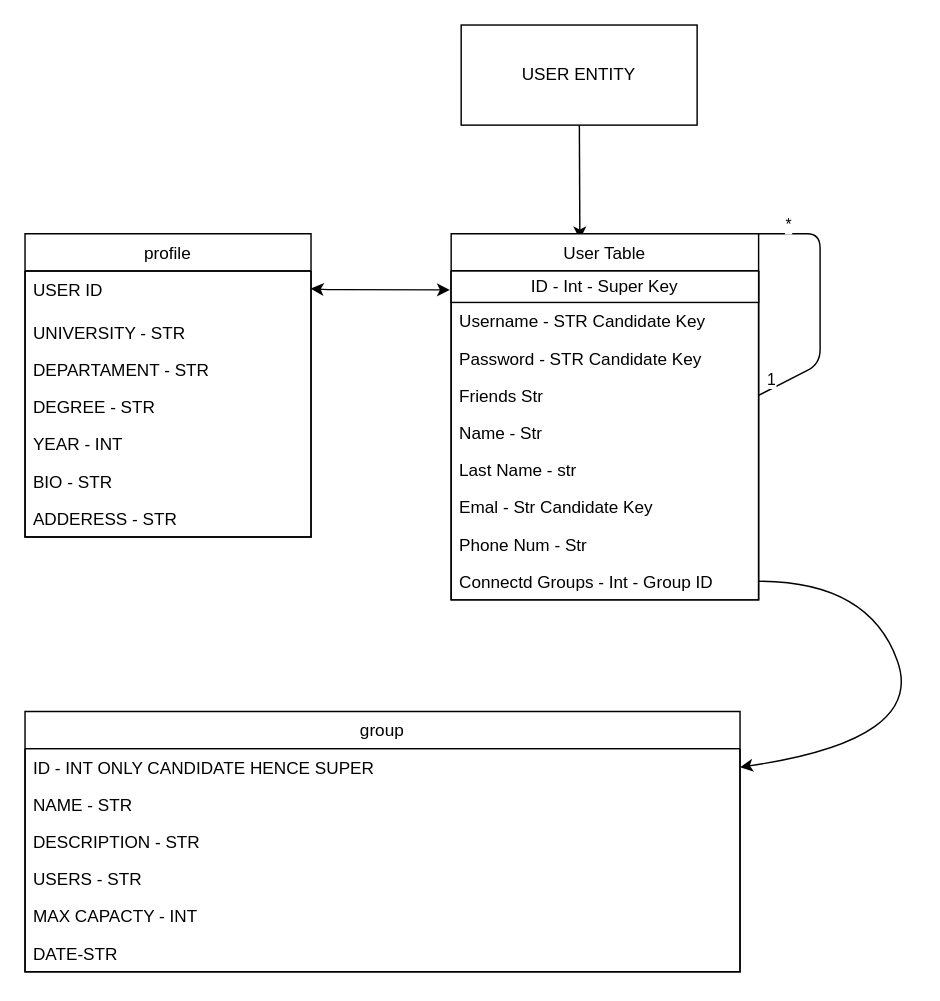
Above: documents/ERD.drawio in nadavsuissa/WeStudent (draw.io), before the change. Source tidied: cells renumbered, new cells numbered last; positions are measured from the earlier drawing's top-left corner, leaving out a move shared by most shapes. Both pictures are drawn from the tidied source at 143%, with x=0, y=0 at pixel (24, 24).
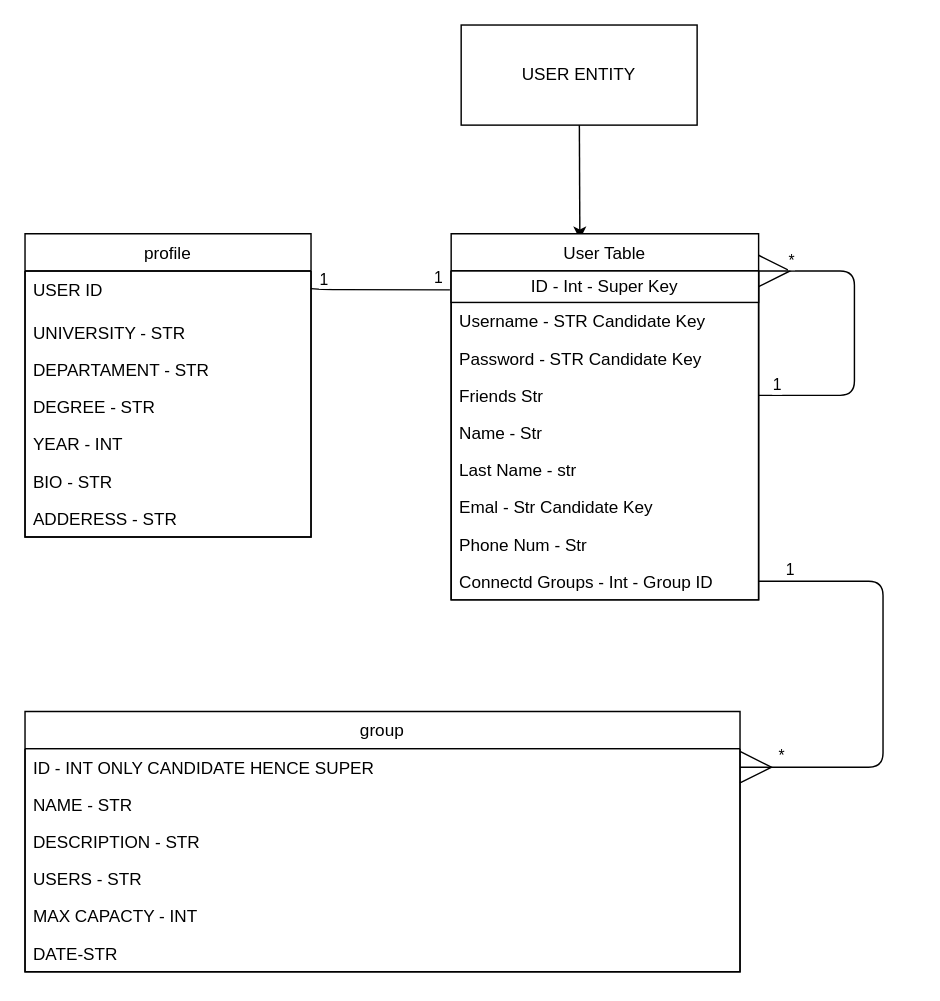
After the change.

Unchanged cells that the change refers to:
```xml
<mxCell id="4" value="ID - INT ONLY CANDIDATE HENCE SUPER" style="text;strokeColor=none;fillColor=none;align=left;verticalAlign=top;spacingLeft=4;spacingRight=4;overflow=hidden;points=[[0,0.5],[1,0.5]];portConstraint=eastwest;" parent="3" vertex="1">
  <mxGeometry width="500" height="26" as="geometry" />
</mxCell>
<mxCell id="14" value="USER ID" style="text;strokeColor=none;fillColor=none;align=left;verticalAlign=top;spacingLeft=4;spacingRight=4;overflow=hidden;points=[[0,0.5],[1,0.5]];portConstraint=eastwest;" parent="13" vertex="1">
  <mxGeometry width="200" height="30" as="geometry" />
</mxCell>
<mxCell id="21" value="User Table" style="swimlane;fontStyle=0;horizontal=1;startSize=26;rounded=0;shadow=0;glass=0;comic=0;sketch=0;verticalAlign=top;" parent="1" vertex="1">
  <mxGeometry x="298" y="146" width="215" height="256" as="geometry" />
</mxCell>
<mxCell id="22" value="fun" style="swimlane;fontStyle=0;horizontal=1;startSize=0;rounded=0;shadow=0;glass=0;comic=0;sketch=0;verticalAlign=top;swimlaneLine=0;swimlaneFillColor=none;fillColor=none;noLabel=1;overflow=visible;portConstraintRotation=0;snapToPoint=0;fixDash=0;perimeter=rectanglePerimeter;" parent="21" vertex="1">
  <mxGeometry y="26" width="215" height="230" as="geometry" />
</mxCell>
<mxCell id="23" value="ID - Int - Super Key" style="rounded=0;whiteSpace=wrap;html=1;" parent="22" vertex="1">
  <mxGeometry width="215" height="22" as="geometry" />
</mxCell>
<mxCell id="26" value="Friends Str" style="text;strokeColor=none;fillColor=none;align=left;verticalAlign=top;spacingLeft=4;spacingRight=4;overflow=hidden;points=[[0,0.5],[1,0.5]];portConstraint=eastwest;" parent="22" vertex="1">
  <mxGeometry y="74" width="215" height="26" as="geometry" />
</mxCell>
<mxCell id="31" value="Connectd Groups - Int - Group ID" style="text;strokeColor=none;fillColor=none;align=left;verticalAlign=top;spacingLeft=4;spacingRight=4;overflow=hidden;points=[[0,0.5],[1,0.5]];portConstraint=eastwest;" parent="22" vertex="1">
  <mxGeometry y="204" width="215" height="26" as="geometry" />
</mxCell>
```

The edit, as a diff of the source:
```diff
@@
-    <mxCell id="32" style="edgeStyle=none;html=1;exitX=1;exitY=0.5;exitDx=0;exitDy=0;endArrow=none;endFill=0;endSize=16;targetPerimeterSpacing=5;entryX=1;entryY=0;entryDx=0;entryDy=0;startArrow=none;startFill=0;" parent="21" edge="1" source="26" target="21">
-      <mxGeometry relative="1" as="geometry">
-        <Array as="points">
-          <mxPoint x="258" y="91" />
-          <mxPoint x="258" />
-          <mxPoint x="240" />
-          <mxPoint x="215" />
-        </Array>
-      </mxGeometry>
-    </mxCell>
-    <mxCell id="33" value="*" style="edgeLabel;html=1;align=center;verticalAlign=middle;" parent="32" vertex="1">
-      <mxGeometry x="0.78" relative="1" as="geometry">
-        <mxPoint y="-7" as="offset" />
-      </mxGeometry>
-    </mxCell>
-    <mxCell id="34" value="1" style="edgeLabel;html=1;align=center;verticalAlign=middle;" parent="32" vertex="1">
-      <mxGeometry x="-0.89" relative="1" as="geometry">
-        <mxPoint y="-7" as="offset" />
-      </mxGeometry>
-    </mxCell>
+    <mxCell id="37" style="edgeStyle=none;html=1;exitX=1;exitY=0;exitDx=0;exitDy=0;startArrow=ERmany;startFill=0;endArrow=none;endFill=0;entryX=1;entryY=0.5;entryDx=0;entryDy=0;startSize=20;" parent="22" edge="1" source="22" target="26">
+      <mxGeometry relative="1" as="geometry">
+        <Array as="points">
+          <mxPoint x="282" />
+          <mxPoint x="282" y="87" />
+        </Array>
+      </mxGeometry>
+    </mxCell>
+    <mxCell id="38" value="*" style="edgeLabel;html=1;align=center;verticalAlign=middle;" parent="37" vertex="1">
+      <mxGeometry x="-0.82" y="2" relative="1" as="geometry">
+        <mxPoint x="2" y="-6" as="offset" />
+      </mxGeometry>
+    </mxCell>
+    <mxCell id="39" value="1" style="edgeLabel;html=1;align=center;verticalAlign=middle;" parent="37" vertex="1">
+      <mxGeometry x="0.88" relative="1" as="geometry">
+        <mxPoint x="-1" y="-8" as="offset" />
+      </mxGeometry>
+    </mxCell>
-    <mxCell id="35" style="curved=1;endArrow=classic;html=1;exitX=1;exitY=0.5;exitDx=0;exitDy=0;entryX=1;entryY=0.5;entryDx=0;entryDy=0;" parent="1" edge="1" source="31" target="4">
+    <mxCell id="35" style="endArrow=ERmany;html=1;exitX=1;exitY=0.5;exitDx=0;exitDy=0;entryX=1;entryY=0.5;entryDx=0;entryDy=0;edgeStyle=orthogonalEdgeStyle;endFill=0;endSize=20;" parent="1" edge="1" source="31" target="4">
       <mxGeometry relative="1" as="geometry">
         <Array as="points">
-          <mxPoint x="590" y="389" />
-          <mxPoint x="630" y="500" />
+          <mxPoint x="600" y="389" />
+          <mxPoint x="600" y="519" />
         </Array>
       </mxGeometry>
     </mxCell>
+    <mxCell id="40" value="1" style="edgeLabel;html=1;align=center;verticalAlign=middle;" parent="35" vertex="1">
+      <mxGeometry x="-0.85" y="-1" relative="1" as="geometry">
+        <mxPoint x="-3" y="-10" as="offset" />
+      </mxGeometry>
+    </mxCell>
+    <mxCell id="41" value="*" style="edgeLabel;html=1;align=center;verticalAlign=middle;" parent="35" vertex="1">
+      <mxGeometry x="0.82" y="-1" relative="1" as="geometry">
+        <mxPoint x="-1" y="-8" as="offset" />
+      </mxGeometry>
+    </mxCell>
-    <mxCell id="36" style="endArrow=classic;startArrow=classic;html=1;exitX=0.999;exitY=0.412;exitDx=0;exitDy=0;entryX=-0.004;entryY=0.601;entryDx=0;entryDy=0;entryPerimeter=0;exitPerimeter=0;" parent="1" edge="1" source="14" target="23">
+    <mxCell id="36" style="endArrow=none;startArrow=none;html=1;exitX=0.999;exitY=0.412;exitDx=0;exitDy=0;entryX=-0.004;entryY=0.601;entryDx=0;entryDy=0;entryPerimeter=0;exitPerimeter=0;endFill=0;startFill=0;" parent="1" edge="1" source="14" target="23">
       <mxGeometry relative="1" as="geometry">
         <Array as="points">
           <mxPoint x="210" y="185" />
         </Array>
       </mxGeometry>
     </mxCell>
+    <mxCell id="42" value="1" style="edgeLabel;html=1;align=center;verticalAlign=middle;" parent="36" vertex="1">
+      <mxGeometry x="-0.61" y="-2" relative="1" as="geometry">
+        <mxPoint x="-10" y="-10" as="offset" />
+      </mxGeometry>
+    </mxCell>
+    <mxCell id="43" value="1" style="edgeLabel;html=1;align=center;verticalAlign=middle;" parent="36" vertex="1">
+      <mxGeometry x="0.78" relative="1" as="geometry">
+        <mxPoint x="2" y="-9" as="offset" />
+      </mxGeometry>
+    </mxCell>
```
